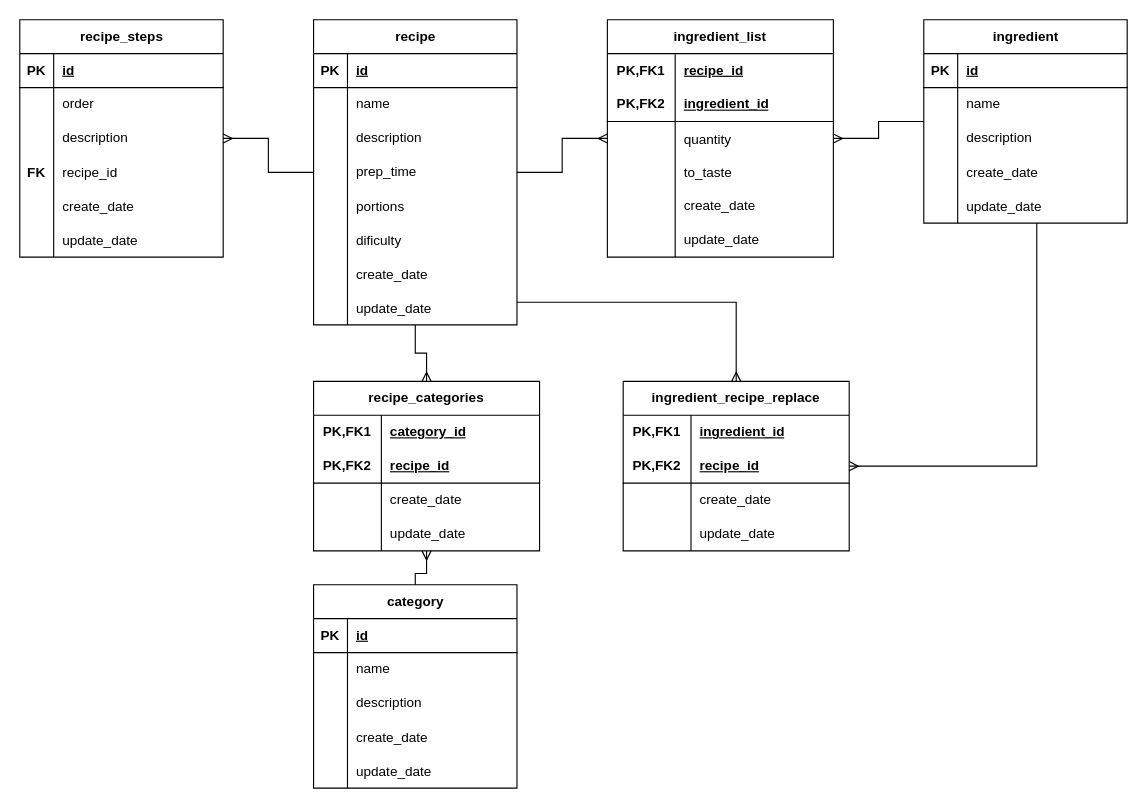
The draw.io diagram page "SousChef - Core" (4 of 4) of databasemodel.drawio in hannaBanannaOF/hbsites-architecture, before the edit. Source tidied: cells renumbered, new cells numbered last; positions are measured from the earlier drawing's top-left corner, leaving out a move shared by most shapes. Both pictures are drawn from the tidied source at 113%, with x=0, y=0 at pixel (19, 19).
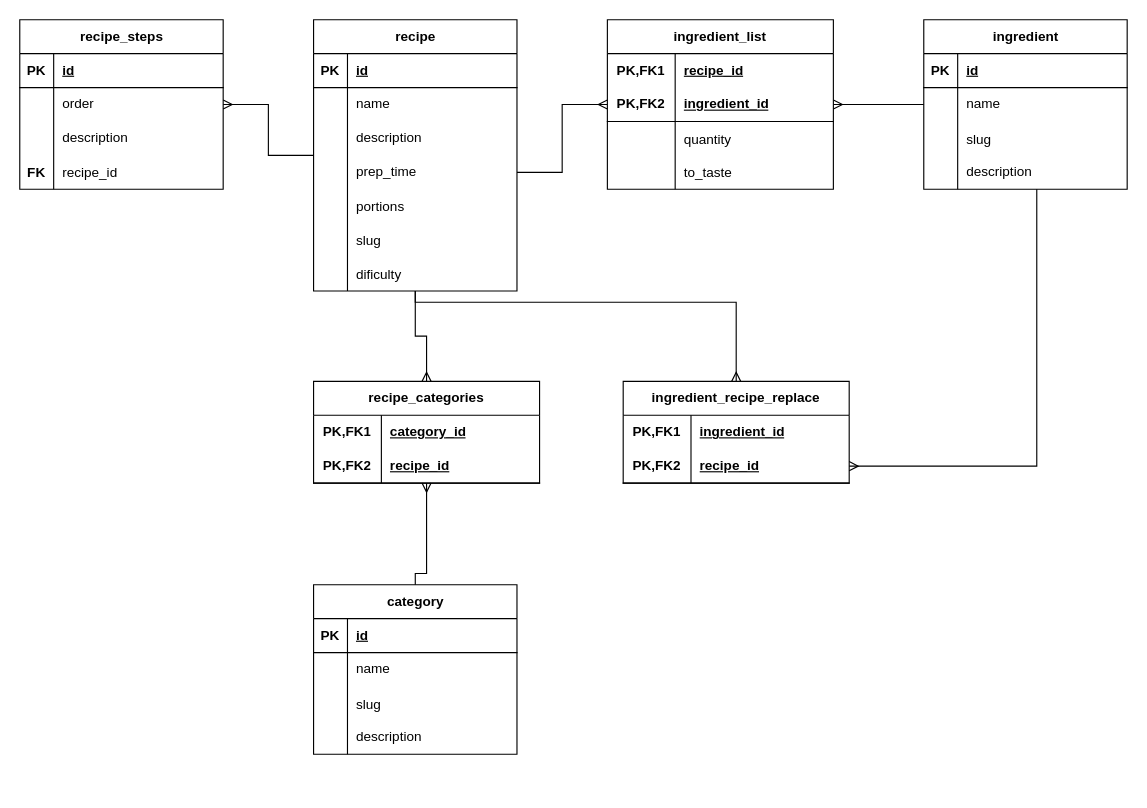
The same page after the edit.

Change to the diagram source:
```diff
@@
     <mxCell id="5" value="recipe" style="shape=table;startSize=30;childLayout=tableLayout;rowLines=0;fontStyle=1;align=center;html=1;" parent="1" vertex="1">
-      <mxGeometry x="260" width="180" height="270" as="geometry" />
+      <mxGeometry x="260" width="180" height="240" as="geometry" />
     </mxCell>
@@
+    <mxCell id="127" style="shape=tableRow;horizontal=0;startSize=0;swimlaneHead=0;swimlaneBody=0;fillColor=none;top=0;left=0;right=0;bottom=0;" parent="5" vertex="1">
+      <mxGeometry y="180" width="180" height="30" as="geometry" />
+    </mxCell>
+    <mxCell id="130" style="shape=partialRectangle;fillColor=none;top=0;left=0;bottom=0;right=0;overflow=hidden;" parent="127" vertex="1">
+      <mxGeometry width="30" height="30" as="geometry" />
+    </mxCell>
+    <mxCell id="131" value="slug" style="shape=partialRectangle;fillColor=none;top=0;left=0;bottom=0;right=0;align=left;spacingLeft=6;overflow=hidden;" parent="127" vertex="1">
+      <mxGeometry x="30" width="150" height="30" as="geometry" />
+    </mxCell>
     <mxCell id="21" style="shape=tableRow;horizontal=0;startSize=0;swimlaneHead=0;swimlaneBody=0;fillColor=none;top=0;left=0;right=0;bottom=0;" parent="5" vertex="1">
-      <mxGeometry y="180" width="180" height="30" as="geometry" />
+      <mxGeometry y="210" width="180" height="30" as="geometry" />
     </mxCell>
@@
-    <mxCell id="24" style="shape=tableRow;horizontal=0;startSize=0;swimlaneHead=0;swimlaneBody=0;fillColor=none;top=0;left=0;right=0;bottom=0;" parent="5" vertex="1">
-      <mxGeometry y="210" width="180" height="30" as="geometry" />
-    </mxCell>
-    <mxCell id="25" style="shape=partialRectangle;fillColor=none;top=0;left=0;bottom=0;right=0;overflow=hidden;" parent="24" vertex="1">
-      <mxGeometry width="30" height="30" as="geometry" />
-    </mxCell>
-    <mxCell id="26" value="create_date" style="shape=partialRectangle;fillColor=none;top=0;left=0;bottom=0;right=0;align=left;spacingLeft=6;overflow=hidden;" parent="24" vertex="1">
-      <mxGeometry x="30" width="150" height="30" as="geometry" />
-    </mxCell>
-    <mxCell id="27" style="shape=tableRow;horizontal=0;startSize=0;swimlaneHead=0;swimlaneBody=0;fillColor=none;top=0;left=0;right=0;bottom=0;" parent="5" vertex="1">
-      <mxGeometry y="240" width="180" height="30" as="geometry" />
-    </mxCell>
-    <mxCell id="28" style="shape=partialRectangle;fillColor=none;top=0;left=0;bottom=0;right=0;overflow=hidden;" parent="27" vertex="1">
-      <mxGeometry width="30" height="30" as="geometry" />
-    </mxCell>
-    <mxCell id="29" value="update_date" style="shape=partialRectangle;fillColor=none;top=0;left=0;bottom=0;right=0;align=left;spacingLeft=6;overflow=hidden;" parent="27" vertex="1">
-      <mxGeometry x="30" width="150" height="30" as="geometry" />
-    </mxCell>
@@
     <mxCell id="32" value="ingredient" style="shape=table;startSize=30;childLayout=tableLayout;rowLines=0;fontStyle=1;align=center;html=1;" parent="1" vertex="1">
-      <mxGeometry x="800" width="180" height="180" as="geometry" />
+      <mxGeometry x="800" width="180" height="150" as="geometry" />
     </mxCell>
@@
+    <mxCell id="132" style="shape=tableRow;horizontal=0;startSize=0;swimlaneHead=0;swimlaneBody=0;fillColor=none;top=0;left=0;right=0;bottom=0;" parent="32" vertex="1">
+      <mxGeometry y="90" width="180" height="30" as="geometry" />
+    </mxCell>
+    <mxCell id="133" style="shape=partialRectangle;fillColor=none;top=0;left=0;bottom=0;right=0;overflow=hidden;" parent="132" vertex="1">
+      <mxGeometry width="30" height="30" as="geometry" />
+    </mxCell>
+    <mxCell id="134" value="slug" style="shape=partialRectangle;fillColor=none;top=0;left=0;bottom=0;right=0;align=left;spacingLeft=6;overflow=hidden;" parent="132" vertex="1">
+      <mxGeometry x="30" width="150" height="30" as="geometry" />
+    </mxCell>
     <mxCell id="39" style="shape=tableRow;horizontal=0;startSize=0;swimlaneHead=0;swimlaneBody=0;fillColor=none;top=0;left=0;right=0;bottom=0;" parent="32" vertex="1">
-      <mxGeometry y="90" width="180" height="30" as="geometry" />
+      <mxGeometry y="120" width="180" height="30" as="geometry" />
     </mxCell>
@@
-    <mxCell id="42" style="shape=tableRow;horizontal=0;startSize=0;swimlaneHead=0;swimlaneBody=0;fillColor=none;top=0;left=0;right=0;bottom=0;" parent="32" vertex="1">
-      <mxGeometry y="120" width="180" height="30" as="geometry" />
-    </mxCell>
-    <mxCell id="43" style="shape=partialRectangle;fillColor=none;top=0;left=0;bottom=0;right=0;overflow=hidden;" parent="42" vertex="1">
-      <mxGeometry width="30" height="30" as="geometry" />
-    </mxCell>
-    <mxCell id="44" value="create_date" style="shape=partialRectangle;fillColor=none;top=0;left=0;bottom=0;right=0;align=left;spacingLeft=6;overflow=hidden;" parent="42" vertex="1">
-      <mxGeometry x="30" width="150" height="30" as="geometry" />
-    </mxCell>
-    <mxCell id="45" style="shape=tableRow;horizontal=0;startSize=0;swimlaneHead=0;swimlaneBody=0;fillColor=none;top=0;left=0;right=0;bottom=0;" parent="32" vertex="1">
-      <mxGeometry y="150" width="180" height="30" as="geometry" />
-    </mxCell>
-    <mxCell id="46" style="shape=partialRectangle;fillColor=none;top=0;left=0;bottom=0;right=0;overflow=hidden;" parent="45" vertex="1">
-      <mxGeometry width="30" height="30" as="geometry" />
-    </mxCell>
-    <mxCell id="47" value="update_date" style="shape=partialRectangle;fillColor=none;top=0;left=0;bottom=0;right=0;align=left;spacingLeft=6;overflow=hidden;" parent="45" vertex="1">
-      <mxGeometry x="30" width="150" height="30" as="geometry" />
-    </mxCell>
     <mxCell id="48" value="category" style="shape=table;startSize=30;childLayout=tableLayout;rowLines=0;fontStyle=1;align=center;html=1;" parent="1" vertex="1">
-      <mxGeometry x="260" y="500" width="180" height="180" as="geometry" />
+      <mxGeometry x="260" y="500" width="180" height="150" as="geometry" />
     </mxCell>
@@
+    <mxCell id="135" style="shape=tableRow;horizontal=0;startSize=0;swimlaneHead=0;swimlaneBody=0;fillColor=none;top=0;left=0;right=0;bottom=0;" parent="48" vertex="1">
+      <mxGeometry y="90" width="180" height="30" as="geometry" />
+    </mxCell>
+    <mxCell id="136" style="shape=partialRectangle;fillColor=none;top=0;left=0;bottom=0;right=0;overflow=hidden;" parent="135" vertex="1">
+      <mxGeometry width="30" height="30" as="geometry" />
+    </mxCell>
+    <mxCell id="137" value="slug" style="shape=partialRectangle;fillColor=none;top=0;left=0;bottom=0;right=0;align=left;spacingLeft=6;overflow=hidden;" parent="135" vertex="1">
+      <mxGeometry x="30" width="150" height="30" as="geometry" />
+    </mxCell>
     <mxCell id="55" style="shape=tableRow;horizontal=0;startSize=0;swimlaneHead=0;swimlaneBody=0;fillColor=none;top=0;left=0;right=0;bottom=0;" parent="48" vertex="1">
-      <mxGeometry y="90" width="180" height="30" as="geometry" />
+      <mxGeometry y="120" width="180" height="30" as="geometry" />
     </mxCell>
@@
-    <mxCell id="58" style="shape=tableRow;horizontal=0;startSize=0;swimlaneHead=0;swimlaneBody=0;fillColor=none;top=0;left=0;right=0;bottom=0;" parent="48" vertex="1">
-      <mxGeometry y="120" width="180" height="30" as="geometry" />
-    </mxCell>
-    <mxCell id="59" style="shape=partialRectangle;fillColor=none;top=0;left=0;bottom=0;right=0;overflow=hidden;" parent="58" vertex="1">
-      <mxGeometry width="30" height="30" as="geometry" />
-    </mxCell>
-    <mxCell id="60" value="create_date" style="shape=partialRectangle;fillColor=none;top=0;left=0;bottom=0;right=0;align=left;spacingLeft=6;overflow=hidden;" parent="58" vertex="1">
-      <mxGeometry x="30" width="150" height="30" as="geometry" />
-    </mxCell>
-    <mxCell id="61" style="shape=tableRow;horizontal=0;startSize=0;swimlaneHead=0;swimlaneBody=0;fillColor=none;top=0;left=0;right=0;bottom=0;" parent="48" vertex="1">
-      <mxGeometry y="150" width="180" height="30" as="geometry" />
-    </mxCell>
-    <mxCell id="62" style="shape=partialRectangle;fillColor=none;top=0;left=0;bottom=0;right=0;overflow=hidden;" parent="61" vertex="1">
-      <mxGeometry width="30" height="30" as="geometry" />
-    </mxCell>
-    <mxCell id="63" value="update_date" style="shape=partialRectangle;fillColor=none;top=0;left=0;bottom=0;right=0;align=left;spacingLeft=6;overflow=hidden;" parent="61" vertex="1">
-      <mxGeometry x="30" width="150" height="30" as="geometry" />
-    </mxCell>
@@
     <mxCell id="65" value="recipe_categories" style="shape=table;startSize=30;childLayout=tableLayout;rowLines=0;fontStyle=1;align=center;html=1;whiteSpace=wrap;" parent="1" vertex="1">
-      <mxGeometry x="260" y="320" width="200" height="150" as="geometry" />
+      <mxGeometry x="260" y="320" width="200" height="90" as="geometry" />
     </mxCell>
@@
-    <mxCell id="72" style="shape=tableRow;horizontal=0;startSize=0;swimlaneHead=0;swimlaneBody=0;fillColor=none;top=0;left=0;right=0;bottom=0;html=1;" parent="65" vertex="1">
-      <mxGeometry y="90" width="200" height="30" as="geometry" />
-    </mxCell>
-    <mxCell id="73" style="shape=partialRectangle;fillColor=none;top=0;left=0;bottom=0;right=0;overflow=hidden;html=1;whiteSpace=wrap;" parent="72" vertex="1">
-      <mxGeometry width="60" height="30" as="geometry" />
-    </mxCell>
-    <mxCell id="74" value="create_date" style="shape=partialRectangle;fillColor=none;top=0;left=0;bottom=0;right=0;align=left;spacingLeft=6;overflow=hidden;html=1;whiteSpace=wrap;" parent="72" vertex="1">
-      <mxGeometry x="60" width="140" height="30" as="geometry" />
-    </mxCell>
-    <mxCell id="75" style="shape=tableRow;horizontal=0;startSize=0;swimlaneHead=0;swimlaneBody=0;fillColor=none;top=0;left=0;right=0;bottom=0;html=1;" parent="65" vertex="1">
-      <mxGeometry y="120" width="200" height="30" as="geometry" />
-    </mxCell>
-    <mxCell id="76" style="shape=partialRectangle;fillColor=none;top=0;left=0;bottom=0;right=0;overflow=hidden;html=1;whiteSpace=wrap;" parent="75" vertex="1">
-      <mxGeometry width="60" height="30" as="geometry" />
-    </mxCell>
-    <mxCell id="77" value="update_date" style="shape=partialRectangle;fillColor=none;top=0;left=0;bottom=0;right=0;align=left;spacingLeft=6;overflow=hidden;html=1;whiteSpace=wrap;" parent="75" vertex="1">
-      <mxGeometry x="60" width="140" height="30" as="geometry" />
-    </mxCell>
     <mxCell id="78" value="ingredient_list" style="shape=table;startSize=30;childLayout=tableLayout;rowLines=0;fontStyle=1;align=center;html=1;whiteSpace=wrap;" parent="1" vertex="1">
-      <mxGeometry x="520" width="200" height="210" as="geometry" />
+      <mxGeometry x="520" width="200" height="150" as="geometry" />
     </mxCell>
@@
-    <mxCell id="91" style="shape=tableRow;horizontal=0;startSize=0;swimlaneHead=0;swimlaneBody=0;fillColor=none;top=0;left=0;right=0;bottom=0;html=1;" parent="78" vertex="1">
-      <mxGeometry y="150" width="200" height="30" as="geometry" />
-    </mxCell>
-    <mxCell id="92" style="shape=partialRectangle;fillColor=none;top=0;left=0;bottom=0;right=0;overflow=hidden;html=1;whiteSpace=wrap;" parent="91" vertex="1">
-      <mxGeometry width="60" height="30" as="geometry" />
-    </mxCell>
-    <mxCell id="93" value="create_date" style="shape=partialRectangle;fillColor=none;top=0;left=0;bottom=0;right=0;align=left;spacingLeft=6;overflow=hidden;html=1;whiteSpace=wrap;" parent="91" vertex="1">
-      <mxGeometry x="60" width="140" height="30" as="geometry" />
-    </mxCell>
-    <mxCell id="94" style="shape=tableRow;horizontal=0;startSize=0;swimlaneHead=0;swimlaneBody=0;fillColor=none;top=0;left=0;right=0;bottom=0;html=1;" parent="78" vertex="1">
-      <mxGeometry y="180" width="200" height="30" as="geometry" />
-    </mxCell>
-    <mxCell id="95" style="shape=partialRectangle;fillColor=none;top=0;left=0;bottom=0;right=0;overflow=hidden;html=1;whiteSpace=wrap;" parent="94" vertex="1">
-      <mxGeometry width="60" height="30" as="geometry" />
-    </mxCell>
-    <mxCell id="96" value="update_date" style="shape=partialRectangle;fillColor=none;top=0;left=0;bottom=0;right=0;align=left;spacingLeft=6;overflow=hidden;html=1;whiteSpace=wrap;" parent="94" vertex="1">
-      <mxGeometry x="60" width="140" height="30" as="geometry" />
-    </mxCell>
@@
     <mxCell id="98" value="ingredient_recipe_replace" style="shape=table;startSize=30;childLayout=tableLayout;rowLines=0;fontStyle=1;align=center;html=1;whiteSpace=wrap;" parent="1" vertex="1">
-      <mxGeometry x="534" y="320" width="200" height="150" as="geometry" />
+      <mxGeometry x="534" y="320" width="200" height="90" as="geometry" />
     </mxCell>
@@
-    <mxCell id="105" style="shape=tableRow;horizontal=0;startSize=0;swimlaneHead=0;swimlaneBody=0;fillColor=none;top=0;left=0;right=0;bottom=0;html=1;" parent="98" vertex="1">
-      <mxGeometry y="90" width="200" height="30" as="geometry" />
-    </mxCell>
-    <mxCell id="106" style="shape=partialRectangle;fillColor=none;top=0;left=0;bottom=0;right=0;overflow=hidden;html=1;whiteSpace=wrap;" parent="105" vertex="1">
-      <mxGeometry width="60" height="30" as="geometry" />
-    </mxCell>
-    <mxCell id="107" value="create_date" style="shape=partialRectangle;fillColor=none;top=0;left=0;bottom=0;right=0;align=left;spacingLeft=6;overflow=hidden;html=1;whiteSpace=wrap;" parent="105" vertex="1">
-      <mxGeometry x="60" width="140" height="30" as="geometry" />
-    </mxCell>
-    <mxCell id="108" style="shape=tableRow;horizontal=0;startSize=0;swimlaneHead=0;swimlaneBody=0;fillColor=none;top=0;left=0;right=0;bottom=0;html=1;" parent="98" vertex="1">
-      <mxGeometry y="120" width="200" height="30" as="geometry" />
-    </mxCell>
-    <mxCell id="109" style="shape=partialRectangle;fillColor=none;top=0;left=0;bottom=0;right=0;overflow=hidden;html=1;whiteSpace=wrap;" parent="108" vertex="1">
-      <mxGeometry width="60" height="30" as="geometry" />
-    </mxCell>
-    <mxCell id="110" value="update_date" style="shape=partialRectangle;fillColor=none;top=0;left=0;bottom=0;right=0;align=left;spacingLeft=6;overflow=hidden;html=1;whiteSpace=wrap;" parent="108" vertex="1">
-      <mxGeometry x="60" width="140" height="30" as="geometry" />
-    </mxCell>
     <mxCell id="111" value="recipe_steps" style="shape=table;startSize=30;childLayout=tableLayout;rowLines=0;fontStyle=1;align=center;html=1;" parent="1" vertex="1">
-      <mxGeometry width="180" height="210" as="geometry" />
+      <mxGeometry width="180" height="150" as="geometry" />
     </mxCell>
@@
-    <mxCell id="124" style="shape=tableRow;horizontal=0;startSize=0;swimlaneHead=0;swimlaneBody=0;fillColor=none;top=0;left=0;right=0;bottom=0;" parent="111" vertex="1">
-      <mxGeometry y="150" width="180" height="30" as="geometry" />
-    </mxCell>
-    <mxCell id="125" style="shape=partialRectangle;fillColor=none;top=0;left=0;bottom=0;right=0;overflow=hidden;" parent="124" vertex="1">
-      <mxGeometry width="30" height="30" as="geometry" />
-    </mxCell>
-    <mxCell id="126" value="create_date" style="shape=partialRectangle;fillColor=none;top=0;left=0;bottom=0;right=0;align=left;spacingLeft=6;overflow=hidden;" parent="124" vertex="1">
-      <mxGeometry x="30" width="150" height="30" as="geometry" />
-    </mxCell>
-    <mxCell id="127" style="shape=tableRow;horizontal=0;startSize=0;swimlaneHead=0;swimlaneBody=0;fillColor=none;top=0;left=0;right=0;bottom=0;" parent="111" vertex="1">
-      <mxGeometry y="180" width="180" height="30" as="geometry" />
-    </mxCell>
-    <mxCell id="128" style="shape=partialRectangle;fillColor=none;top=0;left=0;bottom=0;right=0;overflow=hidden;" parent="127" vertex="1">
-      <mxGeometry width="30" height="30" as="geometry" />
-    </mxCell>
-    <mxCell id="129" value="update_date" style="shape=partialRectangle;fillColor=none;top=0;left=0;bottom=0;right=0;align=left;spacingLeft=6;overflow=hidden;" parent="127" vertex="1">
-      <mxGeometry x="30" width="150" height="30" as="geometry" />
-    </mxCell>
```
